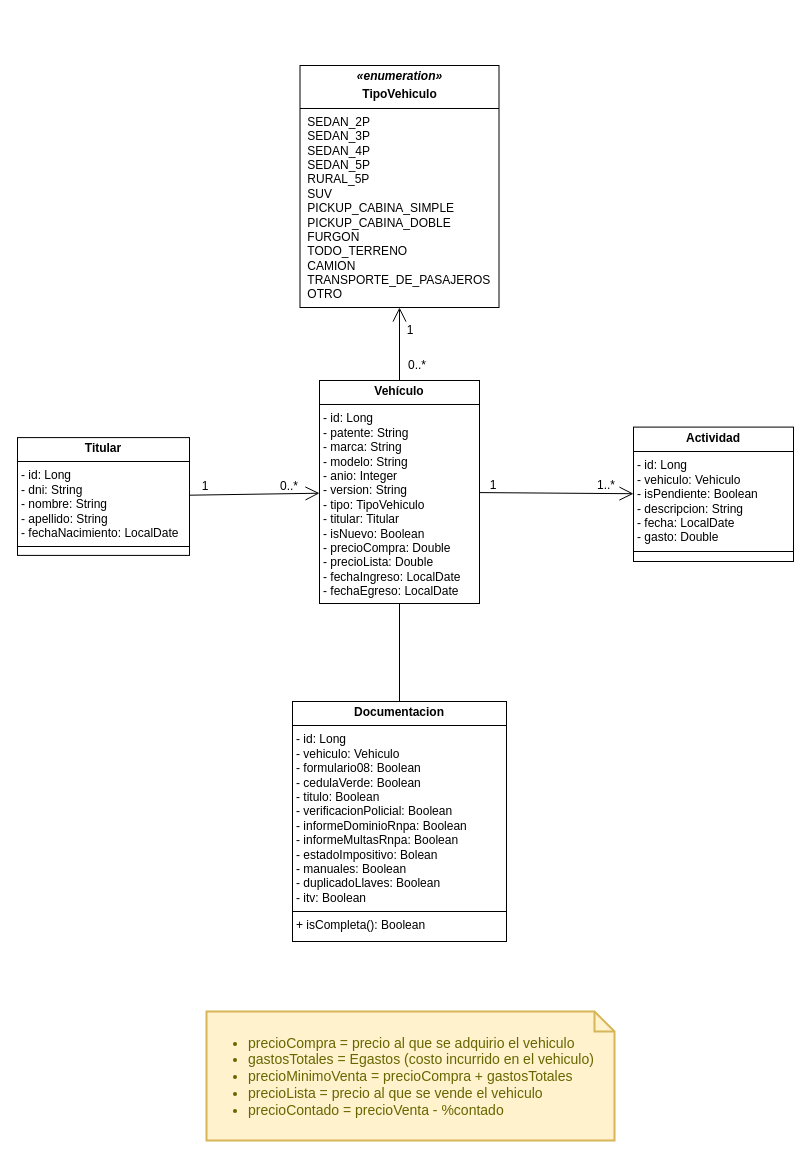
This is backend-vexma/src/main/resources/vexma.drawio from agustinacibin/vexma_manejo_administrativo, a draw.io file, before an edit. Source tidied: cells renumbered, new cells numbered last; positions are measured from the earlier drawing's top-left corner, leaving out a move shared by most shapes. Both pictures are drawn from the tidied source at 100%, with x=0, y=0 at pixel (17, 65).
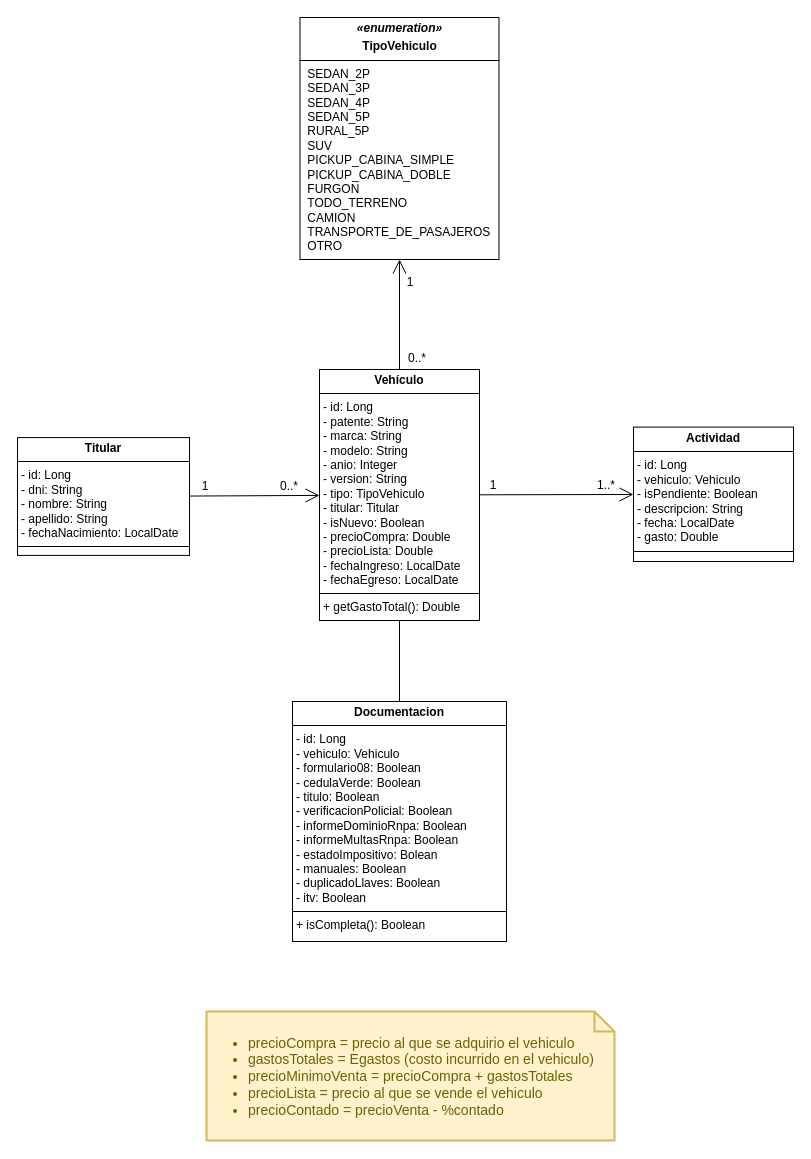
After the change.

Change to the diagram source:
```diff
@@
 <mxGraphModel>
   <root>
     <mxCell id="0" />
     <mxCell id="1" parent="0" />
-    <mxCell id="2" value="&lt;p style=&quot;margin:0px;margin-top:4px;text-align:center;&quot;&gt;&lt;b&gt;Vehículo&lt;/b&gt;&lt;/p&gt;&lt;hr size=&quot;1&quot; style=&quot;border-style:solid;&quot;&gt;&lt;p style=&quot;margin:0px;margin-left:4px;&quot;&gt;- id: L&lt;span style=&quot;background-color: transparent; color: light-dark(rgb(0, 0, 0), rgb(255, 255, 255));&quot;&gt;ong&lt;/span&gt;&lt;/p&gt;&lt;p style=&quot;margin: 0px 0px 0px 4px;&quot;&gt;- patente: String&lt;/p&gt;&lt;p style=&quot;margin:0px;margin-left:4px;&quot;&gt;- marca: String&lt;/p&gt;&lt;p style=&quot;margin:0px;margin-left:4px;&quot;&gt;- modelo: String&lt;/p&gt;&lt;p style=&quot;margin:0px;margin-left:4px;&quot;&gt;- anio: Integer&lt;/p&gt;&lt;p style=&quot;margin:0px;margin-left:4px;&quot;&gt;- version: String&lt;/p&gt;&lt;p style=&quot;margin:0px;margin-left:4px;&quot;&gt;- tipo: TipoVehiculo&lt;/p&gt;&lt;p style=&quot;margin:0px;margin-left:4px;&quot;&gt;&lt;span style=&quot;background-color: transparent; color: light-dark(rgb(0, 0, 0), rgb(255, 255, 255));&quot;&gt;- titular: Titular&lt;/span&gt;&lt;/p&gt;&lt;p style=&quot;margin:0px;margin-left:4px;&quot;&gt;- isNuevo: Boolean&lt;/p&gt;&lt;p style=&quot;margin:0px;margin-left:4px;&quot;&gt;- precioCompra: Double&lt;/p&gt;&lt;p style=&quot;margin:0px;margin-left:4px;&quot;&gt;&lt;span style=&quot;background-color: transparent; color: light-dark(rgb(0, 0, 0), rgb(255, 255, 255));&quot;&gt;- precioLista: Double&lt;/span&gt;&lt;/p&gt;&lt;p style=&quot;margin:0px;margin-left:4px;&quot;&gt;&lt;span style=&quot;background-color: transparent; color: light-dark(rgb(0, 0, 0), rgb(255, 255, 255));&quot;&gt;- fechaIngreso: LocalDate&lt;/span&gt;&lt;/p&gt;&lt;p style=&quot;margin:0px;margin-left:4px;&quot;&gt;- fechaEgreso: LocalDate&lt;/p&gt;&lt;p style=&quot;margin:0px;margin-left:4px;&quot;&gt;&lt;br&gt;&lt;/p&gt;&lt;p style=&quot;margin:0px;margin-left:4px;&quot;&gt;&lt;br&gt;&lt;/p&gt;" style="verticalAlign=top;align=left;overflow=fill;html=1;whiteSpace=wrap;" parent="1" vertex="1">
-      <mxGeometry x="302" y="315" width="160" height="223" as="geometry" />
+    <mxCell id="2" value="&lt;p style=&quot;margin:0px;margin-top:4px;text-align:center;&quot;&gt;&lt;b&gt;Vehículo&lt;/b&gt;&lt;/p&gt;&lt;hr size=&quot;1&quot; style=&quot;border-style:solid;&quot;&gt;&lt;p style=&quot;margin:0px;margin-left:4px;&quot;&gt;- id: L&lt;span style=&quot;background-color: transparent; color: light-dark(rgb(0, 0, 0), rgb(255, 255, 255));&quot;&gt;ong&lt;/span&gt;&lt;/p&gt;&lt;p style=&quot;margin: 0px 0px 0px 4px;&quot;&gt;- patente: String&lt;/p&gt;&lt;p style=&quot;margin:0px;margin-left:4px;&quot;&gt;- marca: String&lt;/p&gt;&lt;p style=&quot;margin:0px;margin-left:4px;&quot;&gt;- modelo: String&lt;/p&gt;&lt;p style=&quot;margin:0px;margin-left:4px;&quot;&gt;- anio: Integer&lt;/p&gt;&lt;p style=&quot;margin:0px;margin-left:4px;&quot;&gt;- version: String&lt;/p&gt;&lt;p style=&quot;margin:0px;margin-left:4px;&quot;&gt;- tipo: TipoVehiculo&lt;/p&gt;&lt;p style=&quot;margin:0px;margin-left:4px;&quot;&gt;&lt;span style=&quot;background-color: transparent; color: light-dark(rgb(0, 0, 0), rgb(255, 255, 255));&quot;&gt;- titular: Titular&lt;/span&gt;&lt;/p&gt;&lt;p style=&quot;margin:0px;margin-left:4px;&quot;&gt;- isNuevo: Boolean&lt;/p&gt;&lt;p style=&quot;margin:0px;margin-left:4px;&quot;&gt;- precioCompra: Double&lt;/p&gt;&lt;p style=&quot;margin:0px;margin-left:4px;&quot;&gt;&lt;span style=&quot;background-color: transparent; color: light-dark(rgb(0, 0, 0), rgb(255, 255, 255));&quot;&gt;- precioLista: Double&lt;/span&gt;&lt;/p&gt;&lt;p style=&quot;margin:0px;margin-left:4px;&quot;&gt;&lt;span style=&quot;background-color: transparent; color: light-dark(rgb(0, 0, 0), rgb(255, 255, 255));&quot;&gt;- fechaIngreso: LocalDate&lt;/span&gt;&lt;/p&gt;&lt;p style=&quot;margin:0px;margin-left:4px;&quot;&gt;- fechaEgreso: LocalDate&lt;/p&gt;&lt;hr size=&quot;1&quot; style=&quot;border-style: solid;&quot;&gt;&lt;p style=&quot;margin: 0px 0px 0px 4px;&quot;&gt;+ getGastoTotal(): Double&lt;/p&gt;&lt;p style=&quot;margin:0px;margin-left:4px;&quot;&gt;&lt;br&gt;&lt;/p&gt;&lt;p style=&quot;margin:0px;margin-left:4px;&quot;&gt;&lt;br&gt;&lt;/p&gt;" style="verticalAlign=top;align=left;overflow=fill;html=1;whiteSpace=wrap;" parent="1" vertex="1">
+      <mxGeometry x="302" y="304" width="160" height="251" as="geometry" />
     </mxCell>
     <mxCell id="3" value="&lt;p style=&quot;margin:0px;margin-top:4px;text-align:center;&quot;&gt;&lt;b&gt;Actividad&lt;/b&gt;&lt;/p&gt;&lt;hr size=&quot;1&quot; style=&quot;border-style:solid;&quot;&gt;&lt;p style=&quot;margin:0px;margin-left:4px;&quot;&gt;- id: L&lt;span style=&quot;background-color: transparent; color: light-dark(rgb(0, 0, 0), rgb(255, 255, 255));&quot;&gt;ong&lt;/span&gt;&lt;/p&gt;&lt;p style=&quot;margin:0px;margin-left:4px;&quot;&gt;- vehiculo:&amp;nbsp;&lt;span style=&quot;background-color: transparent; color: light-dark(rgb(0, 0, 0), rgb(255, 255, 255));&quot;&gt;Vehiculo&lt;/span&gt;&lt;/p&gt;&lt;p style=&quot;margin:0px;margin-left:4px;&quot;&gt;- isPendiente: Boolean&lt;/p&gt;&lt;p style=&quot;margin:0px;margin-left:4px;&quot;&gt;- descripcion: String&lt;/p&gt;&lt;p style=&quot;margin:0px;margin-left:4px;&quot;&gt;- fecha: LocalDate&lt;/p&gt;&lt;p style=&quot;margin:0px;margin-left:4px;&quot;&gt;- gasto: Double&lt;/p&gt;&lt;hr size=&quot;1&quot; style=&quot;border-style:solid;&quot;&gt;&lt;p style=&quot;margin:0px;margin-left:4px;&quot;&gt;&lt;br&gt;&lt;/p&gt;" style="verticalAlign=top;align=left;overflow=fill;html=1;whiteSpace=wrap;" parent="1" vertex="1">
       <mxGeometry x="616" y="361.6" width="160" height="134.4" as="geometry" />
     </mxCell>
     <mxCell id="4" value="&lt;p style=&quot;margin:0px;margin-top:4px;text-align:center;&quot;&gt;&lt;b&gt;Titular&lt;/b&gt;&lt;/p&gt;&lt;hr size=&quot;1&quot; style=&quot;border-style:solid;&quot;&gt;&lt;p style=&quot;margin:0px;margin-left:4px;&quot;&gt;- id: Long&lt;/p&gt;&lt;p style=&quot;margin: 0px 0px 0px 4px;&quot;&gt;- dni: String&lt;/p&gt;&lt;p style=&quot;margin:0px;margin-left:4px;&quot;&gt;- nombre: String&lt;/p&gt;&lt;p style=&quot;margin:0px;margin-left:4px;&quot;&gt;- apellido: String&lt;/p&gt;&lt;p style=&quot;margin:0px;margin-left:4px;&quot;&gt;&lt;span style=&quot;background-color: transparent; color: light-dark(rgb(0, 0, 0), rgb(255, 255, 255));&quot;&gt;- fechaNacimiento: LocalDate&lt;/span&gt;&lt;/p&gt;&lt;hr size=&quot;1&quot; style=&quot;border-style:solid;&quot;&gt;&lt;p style=&quot;margin:0px;margin-left:4px;&quot;&gt;&lt;br&gt;&lt;/p&gt;" style="verticalAlign=top;align=left;overflow=fill;html=1;whiteSpace=wrap;" parent="1" vertex="1">
       <mxGeometry y="372.1" width="172" height="117.8" as="geometry" />
     </mxCell>
     <mxCell id="5" value="&lt;ul&gt;&lt;li&gt;precioCompra = precio al que se adquirio el vehiculo&lt;/li&gt;&lt;li&gt;gastosTotales = Egastos (costo incurrido en el vehiculo)&lt;/li&gt;&lt;li&gt;precioMinimoVenta = precioCompra + gastosTotales&lt;/li&gt;&lt;li&gt;precioLista = precio al que se vende el vehiculo&lt;/li&gt;&lt;li&gt;precioContado = precioVenta - %contado&lt;/li&gt;&lt;/ul&gt;" style="shape=note;strokeWidth=2;fontSize=14;size=20;whiteSpace=wrap;html=1;fillColor=#fff2cc;strokeColor=#d6b656;fontColor=#666600;align=left;" parent="1" vertex="1">
       <mxGeometry x="189" y="946" width="408" height="129" as="geometry" />
     </mxCell>
     <mxCell id="6" value="&lt;p style=&quot;margin:0px;margin-top:4px;text-align:center;&quot;&gt;&lt;b&gt;Documentacion&lt;/b&gt;&lt;/p&gt;&lt;hr size=&quot;1&quot; style=&quot;border-style:solid;&quot;&gt;&lt;p style=&quot;margin:0px;margin-left:4px;&quot;&gt;- id: L&lt;span style=&quot;background-color: transparent; color: light-dark(rgb(0, 0, 0), rgb(255, 255, 255));&quot;&gt;ong&lt;/span&gt;&lt;/p&gt;&lt;p style=&quot;margin:0px;margin-left:4px;&quot;&gt;- vehiculo:&amp;nbsp;&lt;span style=&quot;background-color: transparent; color: light-dark(rgb(0, 0, 0), rgb(255, 255, 255));&quot;&gt;Vehiculo&lt;/span&gt;&lt;/p&gt;&lt;p style=&quot;margin:0px;margin-left:4px;&quot;&gt;- formulario08: Boolean&lt;/p&gt;&lt;p style=&quot;margin: 0px 0px 0px 4px;&quot;&gt;- cedulaVerde: Boolean&lt;/p&gt;&lt;p style=&quot;margin: 0px 0px 0px 4px;&quot;&gt;- titulo: Boolean&lt;/p&gt;&lt;p style=&quot;margin:0px;margin-left:4px;&quot;&gt;- verificacionPolicial: Boolean&lt;/p&gt;&lt;p style=&quot;margin:0px;margin-left:4px;&quot;&gt;- informeDominioRnpa: Boolean&lt;/p&gt;&lt;p style=&quot;margin:0px;margin-left:4px;&quot;&gt;- informeMultasRnpa: Boolean&lt;/p&gt;&lt;p style=&quot;margin:0px;margin-left:4px;&quot;&gt;- estadoImpositivo: Bolean&lt;/p&gt;&lt;p style=&quot;margin:0px;margin-left:4px;&quot;&gt;- manuales: Boolean&lt;/p&gt;&lt;p style=&quot;margin:0px;margin-left:4px;&quot;&gt;- duplicadoLlaves: Boolean&lt;/p&gt;&lt;p style=&quot;margin:0px;margin-left:4px;&quot;&gt;- itv: Boolean&lt;/p&gt;&lt;hr size=&quot;1&quot; style=&quot;border-style:solid;&quot;&gt;&lt;p style=&quot;margin:0px;margin-left:4px;&quot;&gt;+ isCompleta(): Boolean&lt;/p&gt;" style="verticalAlign=top;align=left;overflow=fill;html=1;whiteSpace=wrap;" parent="1" vertex="1">
       <mxGeometry x="275" y="636" width="214" height="240" as="geometry" />
     </mxCell>
     <mxCell id="7" style="endArrow=open;endFill=1;endSize=12;html=1;rounded=0;" parent="1" edge="1" source="2" target="3">
       <mxGeometry relative="1" as="geometry" />
     </mxCell>
     <mxCell id="8" value="1..*" style="text;html=1;whiteSpace=wrap;strokeColor=none;fillColor=none;align=center;verticalAlign=middle;rounded=0;" parent="1" vertex="1">
       <mxGeometry x="559" y="405" width="60" height="30" as="geometry" />
     </mxCell>
     <mxCell id="9" value="1" style="text;html=1;whiteSpace=wrap;strokeColor=none;fillColor=none;align=center;verticalAlign=middle;rounded=0;" parent="1" vertex="1">
       <mxGeometry x="446" y="405" width="60" height="30" as="geometry" />
     </mxCell>
     <mxCell id="10" style="endArrow=open;endFill=1;endSize=12;html=1;rounded=0;" parent="1" edge="1" source="4" target="2">
       <mxGeometry relative="1" as="geometry" />
     </mxCell>
     <mxCell id="11" value="0..*" style="text;html=1;whiteSpace=wrap;strokeColor=none;fillColor=none;align=center;verticalAlign=middle;rounded=0;" parent="1" vertex="1">
       <mxGeometry x="242" y="406" width="60" height="30" as="geometry" />
     </mxCell>
     <mxCell id="12" value="1" style="text;html=1;whiteSpace=wrap;strokeColor=none;fillColor=none;align=center;verticalAlign=middle;rounded=0;" parent="1" vertex="1">
       <mxGeometry x="158" y="406" width="60" height="30" as="geometry" />
     </mxCell>
     <mxCell id="13" style="endArrow=none;html=1;edgeStyle=orthogonalEdgeStyle;rounded=0;" parent="1" edge="1" source="2" target="6">
       <mxGeometry relative="1" as="geometry" />
     </mxCell>
     <mxCell id="14" value="&lt;p style=&quot;margin: 4px 0px 0px; text-align: center;&quot;&gt;&lt;span style=&quot;font-weight: 700; text-align: left;&quot;&gt;&lt;font face=&quot;Helvetica&quot;&gt;&lt;i&gt;«enumeration»&lt;/i&gt;&lt;/font&gt;&lt;/span&gt;&lt;/p&gt;&lt;p style=&quot;margin: 4px 0px 0px; text-align: center;&quot;&gt;&lt;b&gt;TipoVehiculo&lt;/b&gt;&lt;/p&gt;&lt;hr size=&quot;1&quot; style=&quot;border-style:solid;&quot;&gt;&lt;p style=&quot;margin:0px;margin-left:4px;&quot;&gt;&amp;nbsp;SEDAN_2P&lt;/p&gt;&lt;p style=&quot;margin:0px;margin-left:4px;&quot;&gt;&amp;nbsp;SEDAN_3P&lt;/p&gt;&lt;p style=&quot;margin:0px;margin-left:4px;&quot;&gt;&amp;nbsp;SEDAN_4P&lt;/p&gt;&lt;p style=&quot;margin:0px;margin-left:4px;&quot;&gt;&amp;nbsp;SEDAN_5P&lt;/p&gt;&lt;p style=&quot;margin:0px;margin-left:4px;&quot;&gt;&amp;nbsp;RURAL_5P&lt;/p&gt;&lt;p style=&quot;margin:0px;margin-left:4px;&quot;&gt;&amp;nbsp;SUV&lt;/p&gt;&lt;p style=&quot;margin:0px;margin-left:4px;&quot;&gt;&amp;nbsp;PICKUP_CABINA_SIMPLE&lt;/p&gt;&lt;p style=&quot;margin:0px;margin-left:4px;&quot;&gt;&lt;span style=&quot;background-color: transparent; color: light-dark(rgb(0, 0, 0), rgb(255, 255, 255));&quot;&gt;&amp;nbsp;PICKUP_CABINA_DOBLE&lt;/span&gt;&lt;/p&gt;&lt;p style=&quot;margin:0px;margin-left:4px;&quot;&gt;&lt;span style=&quot;background-color: transparent; color: light-dark(rgb(0, 0, 0), rgb(255, 255, 255));&quot;&gt;&amp;nbsp;FURGON&lt;/span&gt;&lt;/p&gt;&lt;p style=&quot;margin:0px;margin-left:4px;&quot;&gt;&lt;span style=&quot;background-color: transparent; color: light-dark(rgb(0, 0, 0), rgb(255, 255, 255));&quot;&gt;&amp;nbsp;TODO_TERRENO&lt;/span&gt;&lt;/p&gt;&lt;p style=&quot;margin:0px;margin-left:4px;&quot;&gt;&lt;span style=&quot;background-color: transparent; color: light-dark(rgb(0, 0, 0), rgb(255, 255, 255));&quot;&gt;&amp;nbsp;CAMION&lt;br&gt;&amp;nbsp;TRANSPORTE_DE_PASAJEROS&lt;/span&gt;&lt;/p&gt;&lt;p style=&quot;margin:0px;margin-left:4px;&quot;&gt;&lt;span style=&quot;background-color: transparent; color: light-dark(rgb(0, 0, 0), rgb(255, 255, 255));&quot;&gt;&amp;nbsp;OTRO&lt;/span&gt;&lt;/p&gt;" style="verticalAlign=top;align=left;overflow=fill;html=1;whiteSpace=wrap;padding-left:10px;" parent="1" vertex="1">
-      <mxGeometry x="282.5" width="199" height="242" as="geometry" />
+      <mxGeometry x="282.5" y="-48" width="199" height="242" as="geometry" />
     </mxCell>
     <mxCell id="15" style="endArrow=open;endFill=1;endSize=12;html=1;rounded=0;" parent="1" edge="1" source="2" target="14">
       <mxGeometry relative="1" as="geometry" />
     </mxCell>
     <mxCell id="16" value="1" style="text;html=1;whiteSpace=wrap;strokeColor=none;fillColor=none;align=center;verticalAlign=middle;rounded=0;" parent="1" vertex="1">
-      <mxGeometry x="363" y="250" width="60" height="30" as="geometry" />
+      <mxGeometry x="363" y="202" width="60" height="30" as="geometry" />
     </mxCell>
     <mxCell id="17" value="0..*" style="text;html=1;whiteSpace=wrap;strokeColor=none;fillColor=none;align=center;verticalAlign=middle;rounded=0;" parent="1" vertex="1">
-      <mxGeometry x="370" y="285" width="60" height="30" as="geometry" />
+      <mxGeometry x="370" y="278" width="60" height="30" as="geometry" />
     </mxCell>
   </root>
 </mxGraphModel>
```
